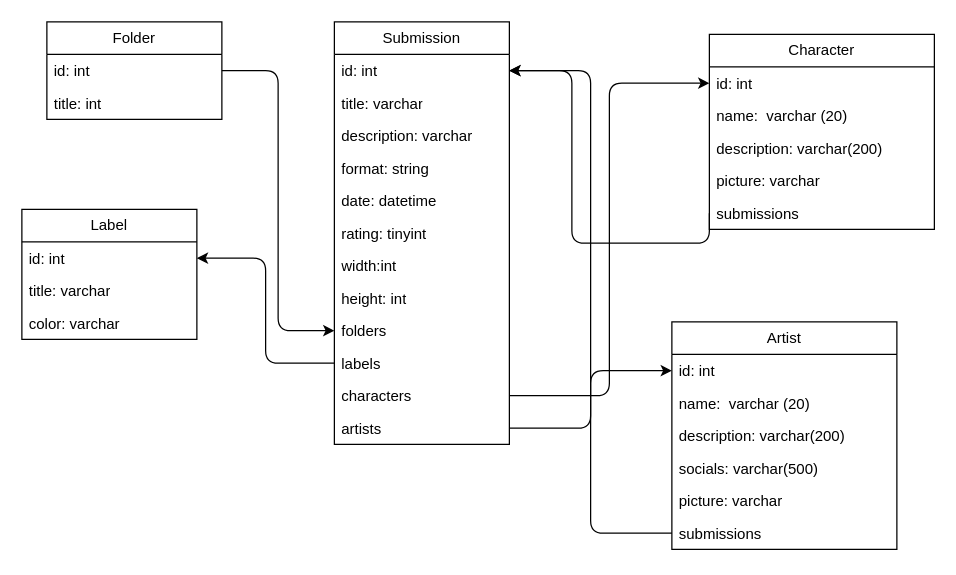
Earlier version of the draw.io diagram DB_diagram.drawio (tekofx/artganizer). Source tidied: cells renumbered, new cells numbered last; positions are measured from the earlier drawing's top-left corner, leaving out a move shared by most shapes. Both pictures are drawn from the tidied source at 125%, with x=0, y=0 at pixel (21, 21).
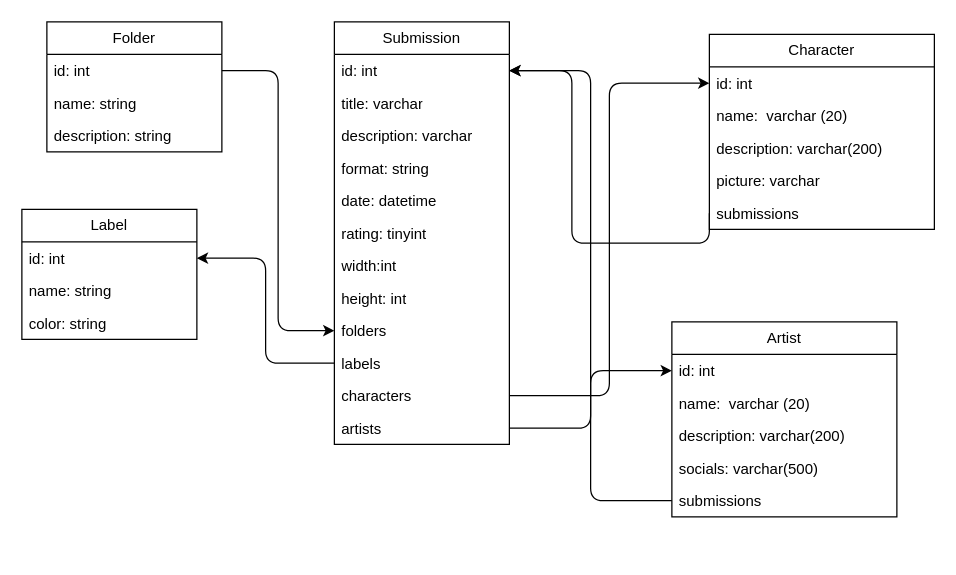
The same page after the edit.

Unchanged cells that the change refers to:
```xml
<mxCell id="15" value="Label" style="swimlane;fontStyle=0;horizontal=1;startSize=26;fillColor=none;whiteSpace=wrap;html=1;" parent="1" vertex="1">
  <mxGeometry y="150" width="140" height="104" as="geometry" />
</mxCell>
```

Diff of the diagram source:
```diff
@@
-    <mxCell id="17" value="title: varchar" style="text;strokeColor=none;fillColor=none;align=left;verticalAlign=top;spacingLeft=4;spacingRight=4;overflow=hidden;whiteSpace=wrap;html=1;" parent="15" vertex="1">
+    <mxCell id="17" value="name: string" style="text;strokeColor=none;fillColor=none;align=left;verticalAlign=top;spacingLeft=4;spacingRight=4;overflow=hidden;whiteSpace=wrap;html=1;" parent="15" vertex="1">
       <mxGeometry y="52" width="140" height="26" as="geometry" />
     </mxCell>
-    <mxCell id="18" value="color: varchar" style="text;strokeColor=none;fillColor=none;align=left;verticalAlign=top;spacingLeft=4;spacingRight=4;overflow=hidden;whiteSpace=wrap;html=1;" parent="15" vertex="1">
+    <mxCell id="18" value="color: string" style="text;strokeColor=none;fillColor=none;align=left;verticalAlign=top;spacingLeft=4;spacingRight=4;overflow=hidden;whiteSpace=wrap;html=1;" parent="15" vertex="1">
       <mxGeometry y="78" width="140" height="26" as="geometry" />
     </mxCell>
@@
     <mxCell id="20" value="Folder" style="swimlane;fontStyle=0;horizontal=1;startSize=26;fillColor=none;whiteSpace=wrap;html=1;" parent="1" vertex="1">
-      <mxGeometry x="20" width="140" height="78" as="geometry" />
+      <mxGeometry x="20" width="140" height="104" as="geometry" />
     </mxCell>
@@
-    <mxCell id="22" value="title: int" style="text;strokeColor=none;fillColor=none;align=left;verticalAlign=top;spacingLeft=4;spacingRight=4;overflow=hidden;whiteSpace=wrap;html=1;" parent="20" vertex="1">
+    <mxCell id="22" value="name: string" style="text;strokeColor=none;fillColor=none;align=left;verticalAlign=top;spacingLeft=4;spacingRight=4;overflow=hidden;whiteSpace=wrap;html=1;" parent="20" vertex="1">
       <mxGeometry y="52" width="140" height="26" as="geometry" />
     </mxCell>
+    <mxCell id="41" value="description: string" style="text;strokeColor=none;fillColor=none;align=left;verticalAlign=top;spacingLeft=4;spacingRight=4;overflow=hidden;whiteSpace=wrap;html=1;" parent="20" vertex="1">
+      <mxGeometry y="78" width="140" height="26" as="geometry" />
+    </mxCell>
@@
     <mxCell id="32" value="Artist" style="swimlane;fontStyle=0;horizontal=1;startSize=26;fillColor=none;whiteSpace=wrap;html=1;" parent="1" vertex="1">
-      <mxGeometry x="520" y="240" width="180" height="182" as="geometry" />
+      <mxGeometry x="520" y="240" width="180" height="156" as="geometry" />
     </mxCell>
@@
-    <mxCell id="37" value="picture: varchar" style="text;strokeColor=none;fillColor=none;align=left;verticalAlign=top;spacingLeft=4;spacingRight=4;overflow=hidden;whiteSpace=wrap;html=1;" parent="32" vertex="1">
-      <mxGeometry y="130" width="180" height="26" as="geometry" />
-    </mxCell>
     <mxCell id="38" value="submissions" style="text;strokeColor=none;fillColor=none;align=left;verticalAlign=top;spacingLeft=4;spacingRight=4;overflow=hidden;points=[[0,0.5],[1,0.5]];portConstraint=eastwest;whiteSpace=wrap;html=1;" parent="32" vertex="1">
-      <mxGeometry y="156" width="180" height="26" as="geometry" />
+      <mxGeometry y="130" width="180" height="26" as="geometry" />
     </mxCell>
```
